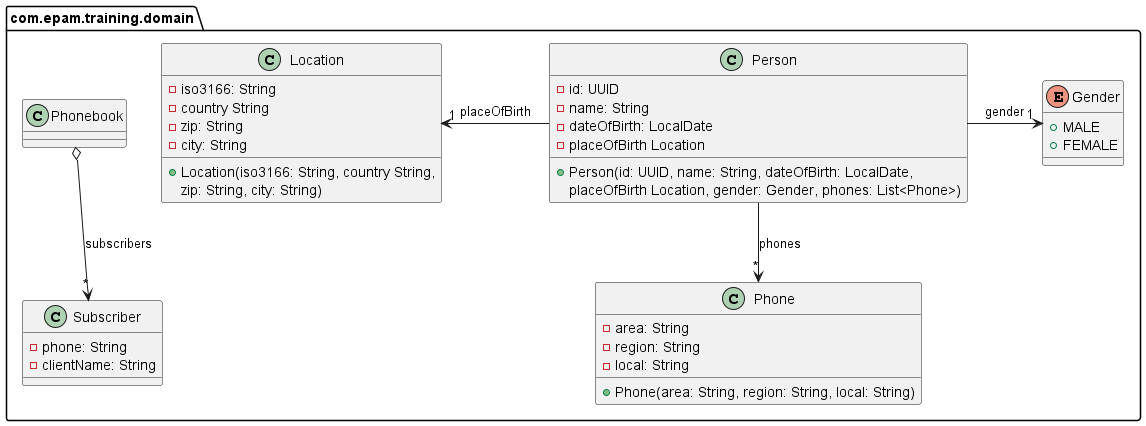
Earlier version of the PlantUML export data-format-person/domain.png (epam-java-cre/exercise-specification-images).
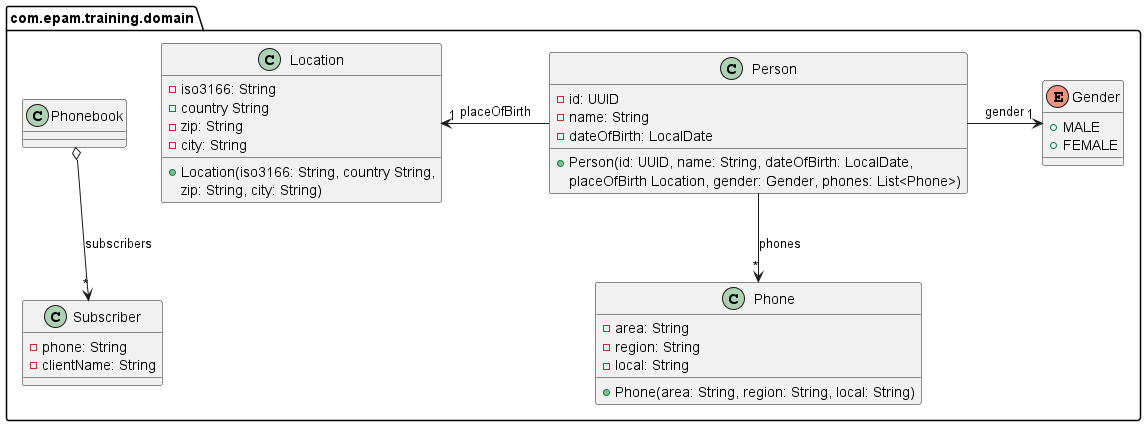
The same file after the commit.

Commit message:
domain diagram fix

The edit, as a diff of the source:
```diff
@@ -5,7 +5,6 @@
         - id: UUID
         - name: String
         - dateOfBirth: LocalDate
-        - placeOfBirth Location
         + Person(id: UUID, name: String, dateOfBirth: LocalDate,
             placeOfBirth Location, gender: Gender, phones: List<Phone>)
     }
```
